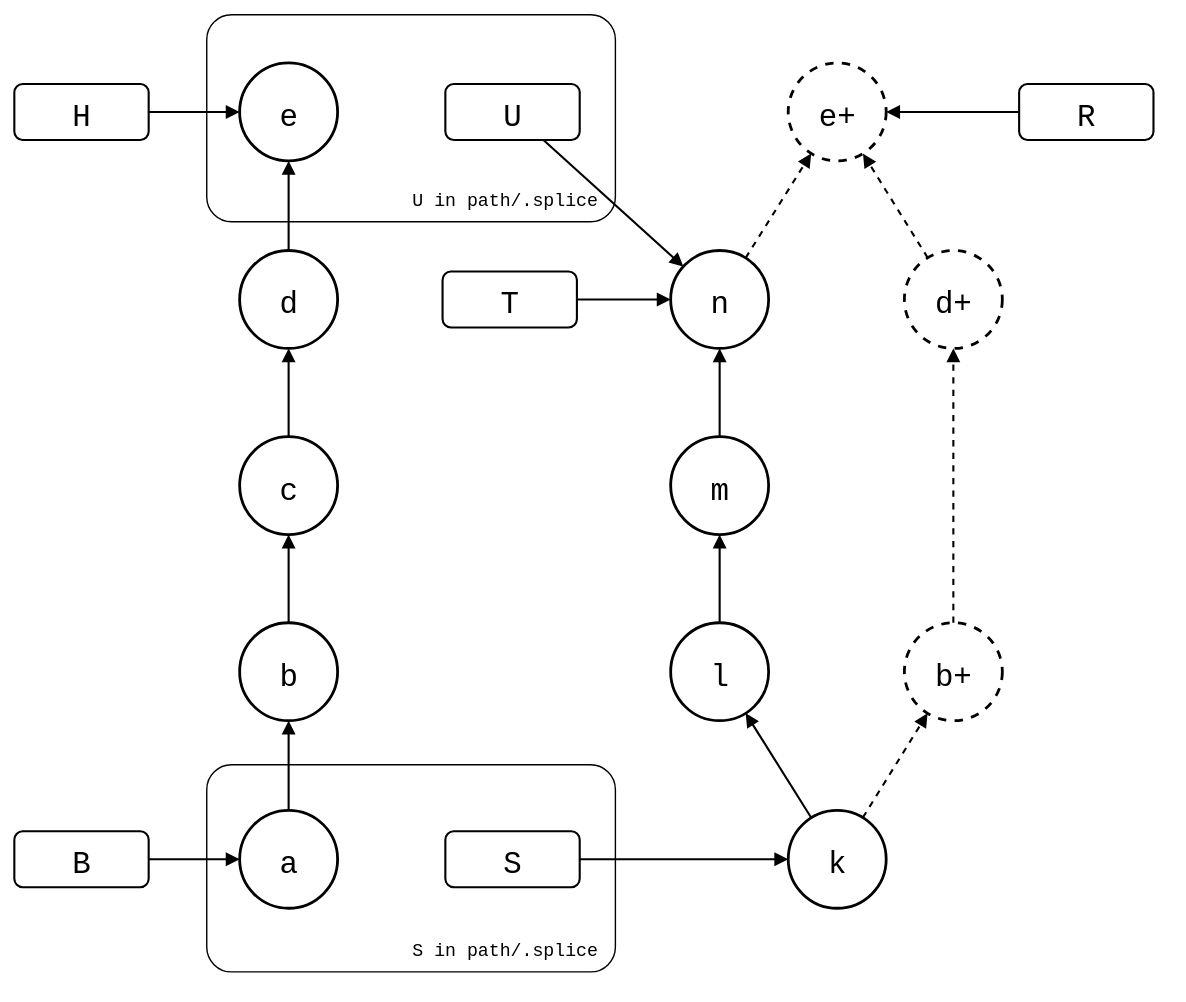
roschaefer/git-splice keeps this draw.io diagram as test/scenarios/sync-model/after-pull/after-pull.drawio.svg. Above is the earlier version. Source tidied: cells renumbered, new cells last; positions are measured from the earlier drawing's top-left corner, leaving out a move shared by most shapes. The source it was exported from:
```xml
<mxGraphModel background="#ffffff">
  <root>
    <mxCell id="0" />
    <mxCell id="1" parent="0" />
    <mxCell id="2" value="U in path/.splice" style="rounded=1;arcSize=12;fillColor=none;strokeWidth=1;fontSize=13;verticalAlign=bottom;spacingBottom=6;spacingLeft=10;spacingRight=10;fontFamily=Roboto Mono,monospace;align=right;" parent="1" vertex="1">
      <mxGeometry x="137" width="292" height="148" as="geometry" />
    </mxCell>
    <mxCell id="3" value="S in path/.splice" style="rounded=1;arcSize=12;fillColor=none;strokeWidth=1;fontSize=13;verticalAlign=bottom;spacingBottom=6;spacingLeft=10;spacingRight=10;fontFamily=Roboto Mono,monospace;align=right;" parent="1" vertex="1">
      <mxGeometry x="137" y="536" width="292" height="148" as="geometry" />
    </mxCell>
    <mxCell id="4" value="a" style="ellipse;strokeWidth=2;fontSize=22;fontFamily=Roboto Mono,monospace;" parent="1" vertex="1">
      <mxGeometry x="161" y="569" width="70" height="70" as="geometry" />
    </mxCell>
    <mxCell id="5" value="b" style="ellipse;strokeWidth=2;fontSize=22;fontFamily=Roboto Mono,monospace;" parent="1" vertex="1">
      <mxGeometry x="161" y="435" width="70" height="70" as="geometry" />
    </mxCell>
    <mxCell id="6" value="c" style="ellipse;strokeWidth=2;fontSize=22;fontFamily=Roboto Mono,monospace;" parent="1" vertex="1">
      <mxGeometry x="161" y="302" width="70" height="70" as="geometry" />
    </mxCell>
    <mxCell id="7" value="d" style="ellipse;strokeWidth=2;fontSize=22;fontFamily=Roboto Mono,monospace;" parent="1" vertex="1">
      <mxGeometry x="161" y="169" width="70" height="70" as="geometry" />
    </mxCell>
    <mxCell id="8" value="e" style="ellipse;strokeWidth=2;fontSize=22;fontFamily=Roboto Mono,monospace;" parent="1" vertex="1">
      <mxGeometry x="161" y="35" width="70" height="70" as="geometry" />
    </mxCell>
    <mxCell id="9" value="k" style="ellipse;strokeWidth=2;fontSize=22;fontFamily=Roboto Mono,monospace;" parent="1" vertex="1">
      <mxGeometry x="553" y="569" width="70" height="70" as="geometry" />
    </mxCell>
    <mxCell id="10" value="l" style="ellipse;strokeWidth=2;fontSize=22;fontFamily=Roboto Mono,monospace;" parent="1" vertex="1">
      <mxGeometry x="469" y="435" width="70" height="70" as="geometry" />
    </mxCell>
    <mxCell id="11" value="m" style="ellipse;strokeWidth=2;fontSize=22;fontFamily=Roboto Mono,monospace;" parent="1" vertex="1">
      <mxGeometry x="469" y="302" width="70" height="70" as="geometry" />
    </mxCell>
    <mxCell id="12" value="n" style="ellipse;strokeWidth=2;fontSize=22;fontFamily=Roboto Mono,monospace;" parent="1" vertex="1">
      <mxGeometry x="469" y="169" width="70" height="70" as="geometry" />
    </mxCell>
    <mxCell id="13" value="b+" style="ellipse;strokeWidth=2;fontSize=22;fontFamily=Roboto Mono,monospace;dashed=1;" parent="1" vertex="1">
      <mxGeometry x="636" y="435" width="70" height="70" as="geometry" />
    </mxCell>
    <mxCell id="14" value="d+" style="ellipse;strokeWidth=2;fontSize=22;fontFamily=Roboto Mono,monospace;dashed=1;" parent="1" vertex="1">
      <mxGeometry x="636" y="169" width="70" height="70" as="geometry" />
    </mxCell>
    <mxCell id="15" value="e+" style="ellipse;strokeWidth=2;fontSize=22;fontFamily=Roboto Mono,monospace;dashed=1;" parent="1" vertex="1">
      <mxGeometry x="553" y="35" width="70" height="70" as="geometry" />
    </mxCell>
    <mxCell id="16" value="H" style="rounded=1;strokeWidth=1.5;fontSize=22;fontFamily=Roboto Mono,monospace;" parent="1" vertex="1">
      <mxGeometry y="50" width="96" height="40" as="geometry" />
    </mxCell>
    <mxCell id="17" value="U" style="rounded=1;strokeWidth=1.5;fontSize=22;fontFamily=Roboto Mono,monospace;" parent="1" vertex="1">
      <mxGeometry x="308" y="50" width="96" height="40" as="geometry" />
    </mxCell>
    <mxCell id="18" value="T" style="rounded=1;strokeWidth=1.5;fontSize=22;fontFamily=Roboto Mono,monospace;" parent="1" vertex="1">
      <mxGeometry x="306" y="184" width="96" height="40" as="geometry" />
    </mxCell>
    <mxCell id="19" value="R" style="rounded=1;strokeWidth=1.5;fontSize=22;fontFamily=Roboto Mono,monospace;" parent="1" vertex="1">
      <mxGeometry x="718" y="50" width="96" height="40" as="geometry" />
    </mxCell>
    <mxCell id="20" value="B" style="rounded=1;strokeWidth=1.5;fontSize=22;fontFamily=Roboto Mono,monospace;" parent="1" vertex="1">
      <mxGeometry y="584" width="96" height="40" as="geometry" />
    </mxCell>
    <mxCell id="21" value="S" style="rounded=1;strokeWidth=1.5;fontSize=22;fontFamily=Roboto Mono,monospace;" parent="1" vertex="1">
      <mxGeometry x="308" y="584" width="96" height="40" as="geometry" />
    </mxCell>
    <mxCell id="22" style="endArrow=block;endFill=1;html=1;strokeWidth=1.5;rounded=0;" parent="1" edge="1" source="16" target="8">
      <mxGeometry relative="1" as="geometry" />
    </mxCell>
    <mxCell id="23" style="endArrow=block;endFill=1;html=1;strokeWidth=1.5;rounded=0;" parent="1" edge="1" source="7" target="8">
      <mxGeometry relative="1" as="geometry" />
    </mxCell>
    <mxCell id="24" style="endArrow=block;endFill=1;html=1;strokeWidth=1.5;rounded=0;" parent="1" edge="1" source="6" target="7">
      <mxGeometry relative="1" as="geometry" />
    </mxCell>
    <mxCell id="25" style="endArrow=block;endFill=1;html=1;strokeWidth=1.5;rounded=0;" parent="1" edge="1" source="5" target="6">
      <mxGeometry relative="1" as="geometry" />
    </mxCell>
    <mxCell id="26" style="endArrow=block;endFill=1;html=1;strokeWidth=1.5;rounded=0;" parent="1" edge="1" source="4" target="5">
      <mxGeometry relative="1" as="geometry" />
    </mxCell>
    <mxCell id="27" style="endArrow=block;endFill=1;html=1;strokeWidth=1.5;rounded=0;" parent="1" edge="1" source="20" target="4">
      <mxGeometry relative="1" as="geometry" />
    </mxCell>
    <mxCell id="28" style="endArrow=block;endFill=1;html=1;strokeWidth=1.5;rounded=0;" parent="1" edge="1" source="17" target="12">
      <mxGeometry relative="1" as="geometry" />
    </mxCell>
    <mxCell id="29" style="endArrow=block;endFill=1;html=1;strokeWidth=1.5;rounded=0;" parent="1" edge="1" source="18" target="12">
      <mxGeometry relative="1" as="geometry" />
    </mxCell>
    <mxCell id="30" style="endArrow=block;endFill=1;html=1;strokeWidth=1.5;rounded=0;" parent="1" edge="1" source="21" target="9">
      <mxGeometry relative="1" as="geometry" />
    </mxCell>
    <mxCell id="31" style="endArrow=block;endFill=1;html=1;strokeWidth=1.5;rounded=0;" parent="1" edge="1" source="9" target="10">
      <mxGeometry relative="1" as="geometry" />
    </mxCell>
    <mxCell id="32" style="endArrow=block;endFill=1;html=1;strokeWidth=1.5;rounded=0;" parent="1" edge="1" source="10" target="11">
      <mxGeometry relative="1" as="geometry" />
    </mxCell>
    <mxCell id="33" style="endArrow=block;endFill=1;html=1;strokeWidth=1.5;rounded=0;" parent="1" edge="1" source="11" target="12">
      <mxGeometry relative="1" as="geometry" />
    </mxCell>
    <mxCell id="34" style="endArrow=block;endFill=1;html=1;strokeWidth=1.5;rounded=0;dashed=1;" parent="1" edge="1" source="12" target="15">
      <mxGeometry relative="1" as="geometry" />
    </mxCell>
    <mxCell id="35" style="endArrow=block;endFill=1;html=1;strokeWidth=1.5;rounded=0;dashed=1;" parent="1" edge="1" source="14" target="15">
      <mxGeometry relative="1" as="geometry" />
    </mxCell>
    <mxCell id="36" style="endArrow=block;endFill=1;html=1;strokeWidth=1.5;rounded=0;dashed=1;" parent="1" edge="1" source="13" target="14">
      <mxGeometry relative="1" as="geometry" />
    </mxCell>
    <mxCell id="37" style="endArrow=block;endFill=1;html=1;strokeWidth=1.5;rounded=0;dashed=1;" parent="1" edge="1" source="9" target="13">
      <mxGeometry relative="1" as="geometry" />
    </mxCell>
    <mxCell id="38" style="endArrow=block;endFill=1;html=1;strokeWidth=1.5;rounded=0;" parent="1" edge="1" source="19" target="15">
      <mxGeometry relative="1" as="geometry" />
    </mxCell>
  </root>
</mxGraphModel>
```
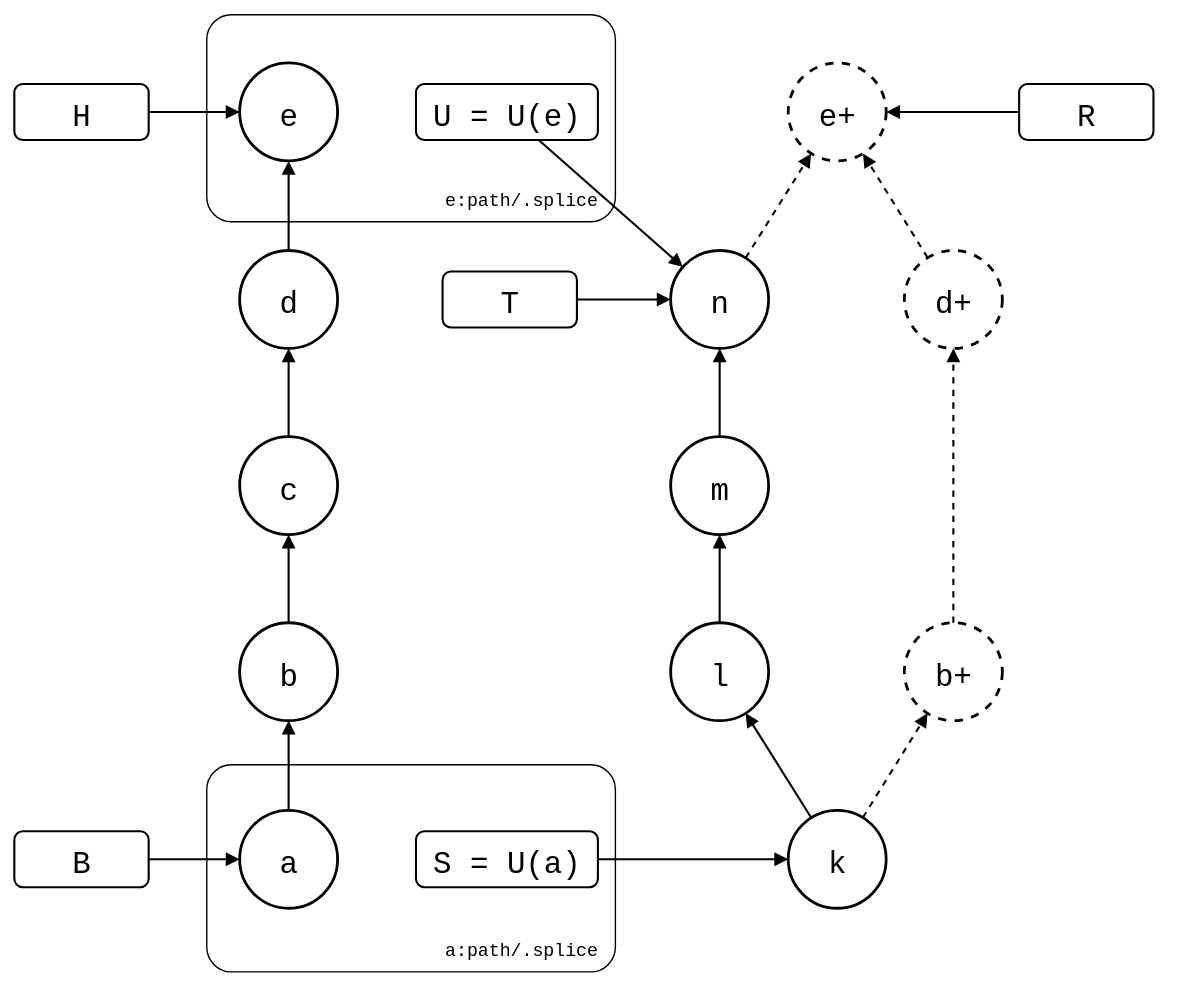
After the change.

Change to the diagram source:
```diff
@@ -2,10 +2,10 @@
   <root>
     <mxCell id="0" />
     <mxCell id="1" parent="0" />
-    <mxCell id="2" value="U in path/.splice" style="rounded=1;arcSize=12;fillColor=none;strokeWidth=1;fontSize=13;verticalAlign=bottom;spacingBottom=6;spacingLeft=10;spacingRight=10;fontFamily=Roboto Mono,monospace;align=right;" parent="1" vertex="1">
+    <mxCell id="2" value="e:path/.splice" style="rounded=1;arcSize=12;fillColor=none;strokeWidth=1;fontSize=13;verticalAlign=bottom;spacingBottom=6;spacingLeft=10;spacingRight=10;fontFamily=Roboto Mono,monospace;align=right;" parent="1" vertex="1">
       <mxGeometry x="137" width="292" height="148" as="geometry" />
     </mxCell>
-    <mxCell id="3" value="S in path/.splice" style="rounded=1;arcSize=12;fillColor=none;strokeWidth=1;fontSize=13;verticalAlign=bottom;spacingBottom=6;spacingLeft=10;spacingRight=10;fontFamily=Roboto Mono,monospace;align=right;" parent="1" vertex="1">
+    <mxCell id="3" value="a:path/.splice" style="rounded=1;arcSize=12;fillColor=none;strokeWidth=1;fontSize=13;verticalAlign=bottom;spacingBottom=6;spacingLeft=10;spacingRight=10;fontFamily=Roboto Mono,monospace;align=right;" parent="1" vertex="1">
       <mxGeometry x="137" y="536" width="292" height="148" as="geometry" />
     </mxCell>
     <mxCell id="4" value="a" style="ellipse;strokeWidth=2;fontSize=22;fontFamily=Roboto Mono,monospace;" parent="1" vertex="1">
@@ -47,8 +47,8 @@
     <mxCell id="16" value="H" style="rounded=1;strokeWidth=1.5;fontSize=22;fontFamily=Roboto Mono,monospace;" parent="1" vertex="1">
       <mxGeometry y="50" width="96" height="40" as="geometry" />
     </mxCell>
-    <mxCell id="17" value="U" style="rounded=1;strokeWidth=1.5;fontSize=22;fontFamily=Roboto Mono,monospace;" parent="1" vertex="1">
-      <mxGeometry x="308" y="50" width="96" height="40" as="geometry" />
+    <mxCell id="17" value="U = U(e)" style="rounded=1;strokeWidth=1.5;fontSize=22;fontFamily=Roboto Mono,monospace;" parent="1" vertex="1">
+      <mxGeometry x="287" y="50" width="130" height="40" as="geometry" />
     </mxCell>
     <mxCell id="18" value="T" style="rounded=1;strokeWidth=1.5;fontSize=22;fontFamily=Roboto Mono,monospace;" parent="1" vertex="1">
       <mxGeometry x="306" y="184" width="96" height="40" as="geometry" />
@@ -59,8 +59,8 @@
     <mxCell id="20" value="B" style="rounded=1;strokeWidth=1.5;fontSize=22;fontFamily=Roboto Mono,monospace;" parent="1" vertex="1">
       <mxGeometry y="584" width="96" height="40" as="geometry" />
     </mxCell>
-    <mxCell id="21" value="S" style="rounded=1;strokeWidth=1.5;fontSize=22;fontFamily=Roboto Mono,monospace;" parent="1" vertex="1">
-      <mxGeometry x="308" y="584" width="96" height="40" as="geometry" />
+    <mxCell id="21" value="S = U(a)" style="rounded=1;strokeWidth=1.5;fontSize=22;fontFamily=Roboto Mono,monospace;" parent="1" vertex="1">
+      <mxGeometry x="287" y="584" width="130" height="40" as="geometry" />
     </mxCell>
     <mxCell id="22" style="endArrow=block;endFill=1;html=1;strokeWidth=1.5;rounded=0;" parent="1" edge="1" source="16" target="8">
       <mxGeometry relative="1" as="geometry" />
```
